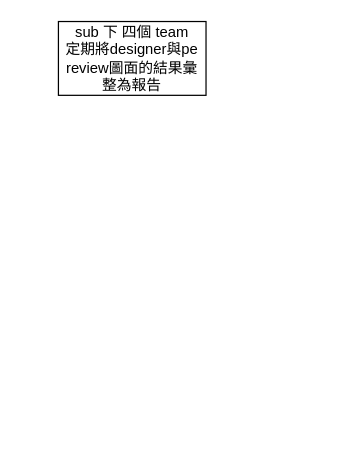
Earlier version of the draw.io diagram 0409.drawio (adrianwu0131/test-repo). Source tidied: cells renumbered, new cells numbered last; positions are measured from the earlier drawing's top-left corner, leaving out a move shared by most shapes. Both pictures are drawn from the tidied source at 123%, with x=0, y=0 at pixel (58, 21).
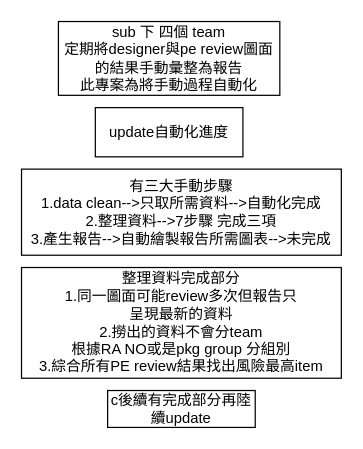
After the change.

What changed in the source:
```diff
@@
 <mxGraphModel>
   <root>
     <mxCell id="0" />
     <mxCell id="1" parent="0" />
-    <mxCell id="2" value="sub 下 四個 team&lt;br&gt;定期將designer與pe review圖面的結果彙整為報告&lt;br&gt;" style="rounded=0;whiteSpace=wrap;html=1;" parent="1" vertex="1">
-      <mxGeometry width="120" height="60" as="geometry" />
+    <mxCell id="2" value="sub 下 四個 team&lt;br&gt;定期將designer與pe review圖面的結果手動彙整為報告&lt;br&gt;此專案為將手動過程自動化" style="rounded=0;whiteSpace=wrap;html=1;" parent="1" vertex="1">
+      <mxGeometry width="180" height="60" as="geometry" />
     </mxCell>
+    <mxCell id="3" value="update自動化進度" style="rounded=0;whiteSpace=wrap;html=1;" parent="1" vertex="1">
+      <mxGeometry x="30" y="70" width="120" height="40" as="geometry" />
+    </mxCell>
+    <mxCell id="4" value="有三大手動步驟&lt;br&gt;1.data clean--&amp;gt;只取所需資料--&amp;gt;自動化完成&lt;br&gt;2.整理資料--&amp;gt;7步驟 完成三項&lt;br&gt;3.產生報告--&amp;gt;自動繪製報告所需圖表--&amp;gt;未完成" style="rounded=0;whiteSpace=wrap;html=1;" parent="1" vertex="1">
+      <mxGeometry x="-30" y="120" width="260" height="70" as="geometry" />
+    </mxCell>
+    <mxCell id="5" value="整理資料完成部分&lt;br&gt;1.同一圖面可能review多次但報告只&lt;br&gt;呈現最新的資料&lt;br&gt;2.撈出的資料不會分team&lt;br&gt;根據RA NO或是pkg group 分組別&lt;br&gt;3.綜合所有PE review結果找出風險最高item" style="rounded=0;whiteSpace=wrap;html=1;" parent="1" vertex="1">
+      <mxGeometry x="-30" y="200" width="260" height="90" as="geometry" />
+    </mxCell>
+    <mxCell id="6" value="c後續有完成部分再陸續update" style="rounded=0;whiteSpace=wrap;html=1;" parent="1" vertex="1">
+      <mxGeometry x="40" y="300" width="120" height="30" as="geometry" />
+    </mxCell>
   </root>
 </mxGraphModel>
```
